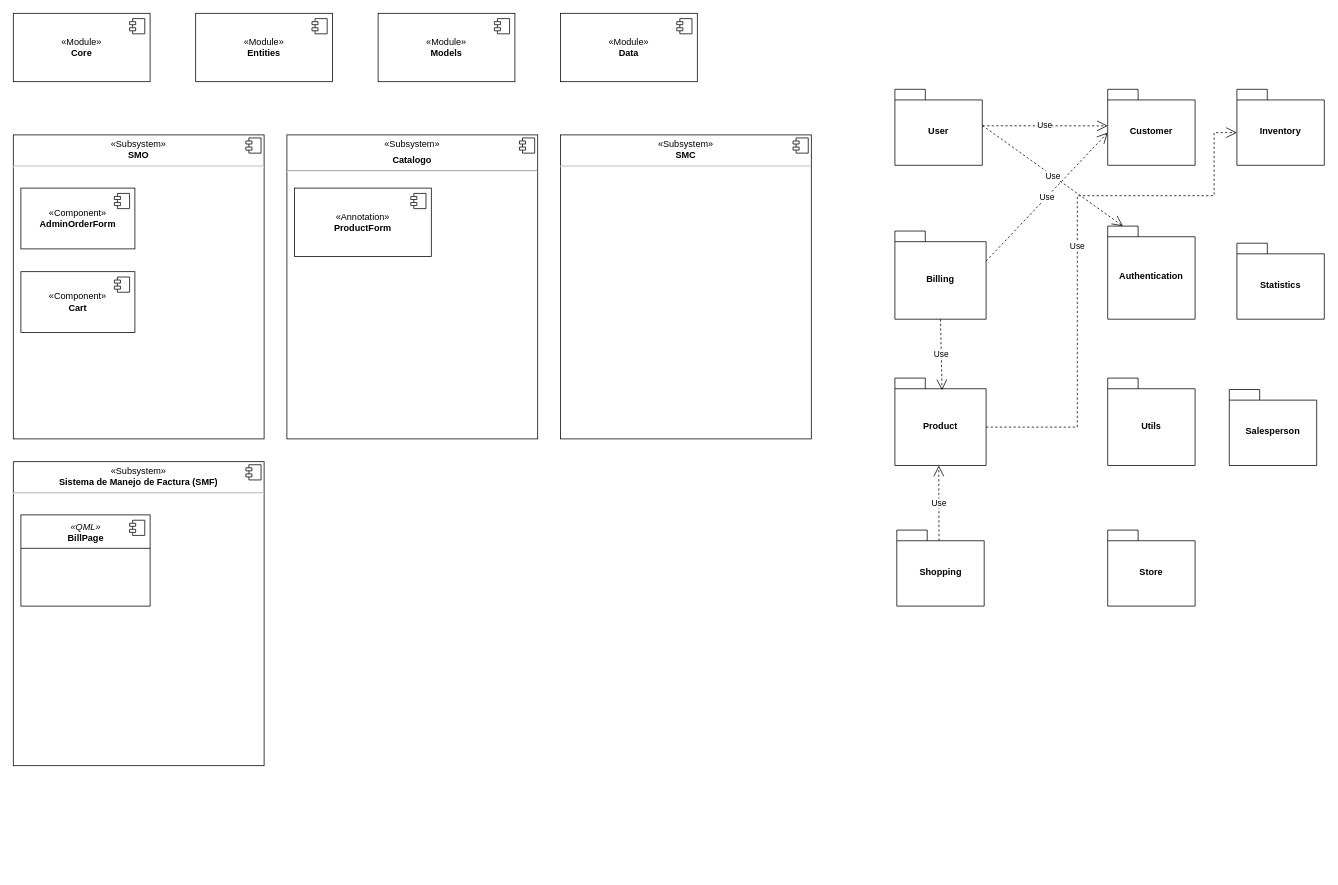
Earlier version of the draw.io diagram architecture.drawio (djose1164/cara). Source tidied: cells renumbered, new cells numbered last; positions are measured from the earlier drawing's top-left corner, leaving out a move shared by most shapes. Both pictures are drawn from the tidied source at 76%, with x=0, y=0 at pixel (13, 13).
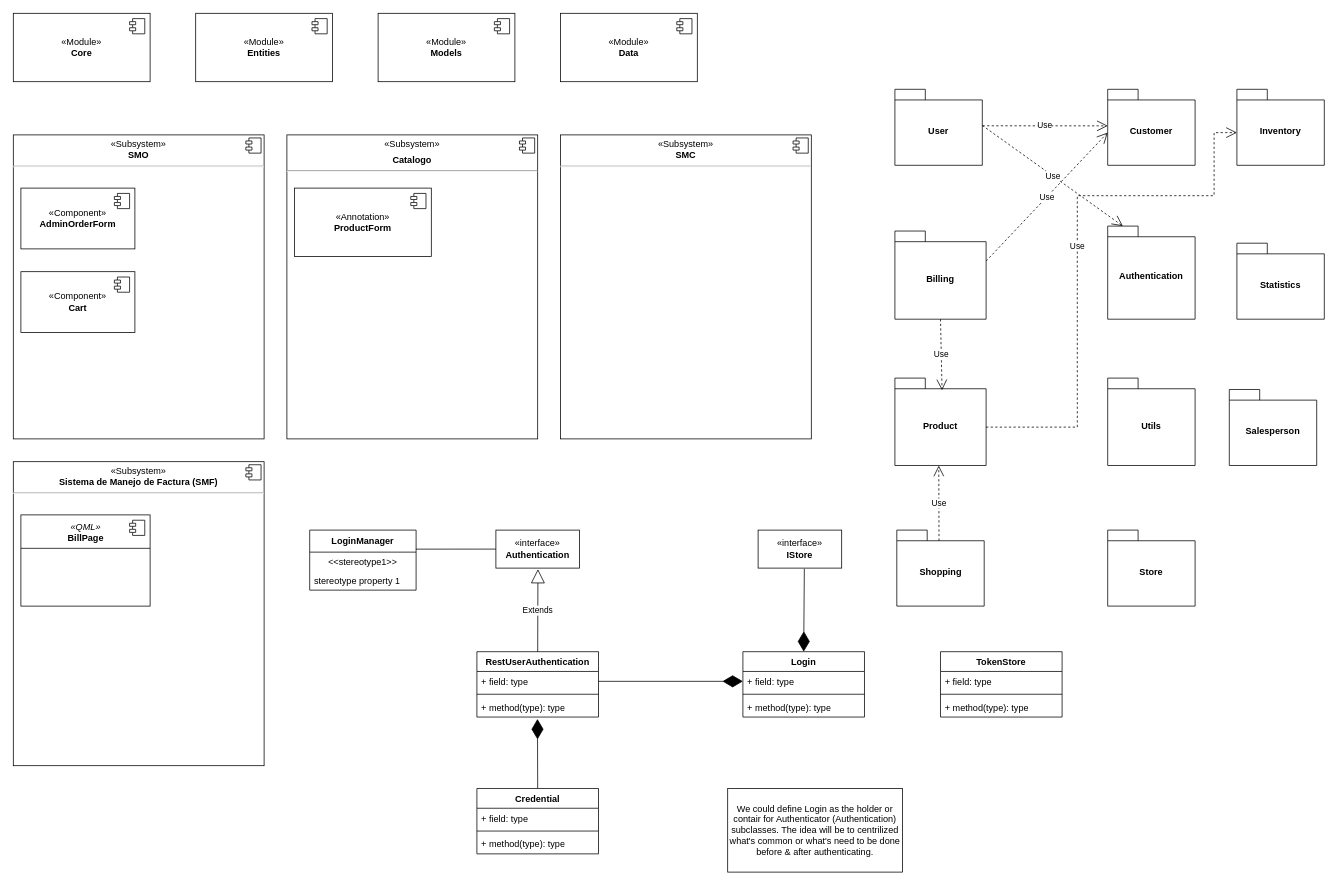
The same page after the edit.

Change to the diagram source:
```diff
@@
+    <mxCell id="46" style="endArrow=diamondThin;endFill=1;endSize=24;html=1;rounded=0;exitX=0.5;exitY=0;exitDx=0;exitDy=0;entryX=0.498;entryY=1.095;entryDx=0;entryDy=0;entryPerimeter=0;" parent="1" edge="1" source="67" target="53">
+      <mxGeometry relative="1" as="geometry" />
+    </mxCell>
@@
+    <mxCell id="47" value="LoginManager" style="swimlane;fontStyle=1;align=center;verticalAlign=middle;horizontal=1;startSize=29;html=1;whiteSpace=wrap;" parent="1" vertex="1">
+      <mxGeometry x="390" y="680" width="140" height="79" as="geometry" />
+    </mxCell>
+    <mxCell id="48" value="&amp;lt;&amp;lt;stereotype1&amp;gt;&amp;gt;" style="text;html=1;strokeColor=none;fillColor=none;align=center;verticalAlign=middle;spacingLeft=4;spacingRight=4;overflow=hidden;whiteSpace=wrap;" parent="47" vertex="1">
+      <mxGeometry y="29" width="140" height="25" as="geometry" />
+    </mxCell>
+    <mxCell id="49" value="stereotype property 1" style="text;html=1;strokeColor=none;fillColor=none;align=left;verticalAlign=middle;spacingLeft=4;spacingRight=4;overflow=hidden;whiteSpace=wrap;" parent="47" vertex="1">
+      <mxGeometry y="54" width="140" height="25" as="geometry" />
+    </mxCell>
+    <mxCell id="50" value="RestUserAuthentication" style="swimlane;fontStyle=1;align=center;verticalAlign=top;horizontal=1;startSize=26;whiteSpace=wrap;html=1;" parent="1" vertex="1">
+      <mxGeometry x="610" y="840" width="160" height="86" as="geometry" />
+    </mxCell>
+    <mxCell id="51" value="+ field: type" style="text;strokeColor=none;fillColor=none;align=left;verticalAlign=top;spacingLeft=4;spacingRight=4;overflow=hidden;points=[[0,0.5],[1,0.5]];portConstraint=eastwest;whiteSpace=wrap;html=1;" parent="50" vertex="1">
+      <mxGeometry y="26" width="160" height="26" as="geometry" />
+    </mxCell>
+    <mxCell id="52" style="line;strokeWidth=1;fillColor=none;align=left;verticalAlign=middle;spacingTop=-1;spacingLeft=3;spacingRight=3;labelPosition=right;strokeColor=inherit;" parent="50" vertex="1">
+      <mxGeometry y="52" width="160" height="8" as="geometry" />
+    </mxCell>
+    <mxCell id="53" value="+ method(type): type" style="text;strokeColor=none;fillColor=none;align=left;verticalAlign=top;spacingLeft=4;spacingRight=4;overflow=hidden;points=[[0,0.5],[1,0.5]];portConstraint=eastwest;whiteSpace=wrap;html=1;" parent="50" vertex="1">
+      <mxGeometry y="60" width="160" height="26" as="geometry" />
+    </mxCell>
+    <mxCell id="54" value="Login" style="swimlane;fontStyle=1;align=center;verticalAlign=top;horizontal=1;startSize=26;whiteSpace=wrap;html=1;" parent="1" vertex="1">
+      <mxGeometry x="960" y="840" width="160" height="86" as="geometry" />
+    </mxCell>
+    <mxCell id="55" value="+ field: type" style="text;strokeColor=none;fillColor=none;align=left;verticalAlign=top;spacingLeft=4;spacingRight=4;overflow=hidden;points=[[0,0.5],[1,0.5]];portConstraint=eastwest;whiteSpace=wrap;html=1;" parent="54" vertex="1">
+      <mxGeometry y="26" width="160" height="26" as="geometry" />
+    </mxCell>
+    <mxCell id="56" style="line;strokeWidth=1;fillColor=none;align=left;verticalAlign=middle;spacingTop=-1;spacingLeft=3;spacingRight=3;labelPosition=right;strokeColor=inherit;" parent="54" vertex="1">
+      <mxGeometry y="52" width="160" height="8" as="geometry" />
+    </mxCell>
+    <mxCell id="57" value="+ method(type): type" style="text;strokeColor=none;fillColor=none;align=left;verticalAlign=top;spacingLeft=4;spacingRight=4;overflow=hidden;whiteSpace=wrap;html=1;" parent="54" vertex="1">
+      <mxGeometry y="60" width="160" height="26" as="geometry" />
+    </mxCell>
+    <mxCell id="58" value="TokenStore" style="swimlane;fontStyle=1;align=center;verticalAlign=top;horizontal=1;startSize=26;whiteSpace=wrap;html=1;" parent="1" vertex="1">
+      <mxGeometry x="1220" y="840" width="160" height="86" as="geometry" />
+    </mxCell>
+    <mxCell id="59" value="+ field: type" style="text;strokeColor=none;fillColor=none;align=left;verticalAlign=top;spacingLeft=4;spacingRight=4;overflow=hidden;whiteSpace=wrap;html=1;" parent="58" vertex="1">
+      <mxGeometry y="26" width="160" height="26" as="geometry" />
+    </mxCell>
+    <mxCell id="60" style="line;strokeWidth=1;fillColor=none;align=left;verticalAlign=middle;spacingTop=-1;spacingLeft=3;spacingRight=3;labelPosition=right;strokeColor=inherit;" parent="58" vertex="1">
+      <mxGeometry y="52" width="160" height="8" as="geometry" />
+    </mxCell>
+    <mxCell id="61" value="+ method(type): type" style="text;strokeColor=none;fillColor=none;align=left;verticalAlign=top;spacingLeft=4;spacingRight=4;overflow=hidden;whiteSpace=wrap;html=1;" parent="58" vertex="1">
+      <mxGeometry y="60" width="160" height="26" as="geometry" />
+    </mxCell>
+    <mxCell id="62" style="endArrow=diamondThin;endFill=1;endSize=24;html=1;rounded=0;exitX=1;exitY=0.5;exitDx=0;exitDy=0;entryX=0;entryY=0.5;entryDx=0;entryDy=0;" parent="1" edge="1" source="51" target="55">
+      <mxGeometry relative="1" as="geometry" />
+    </mxCell>
+    <mxCell id="63" value="«interface»&lt;br&gt;&lt;b&gt;Authentication&lt;/b&gt;" style="html=1;whiteSpace=wrap;" parent="1" vertex="1">
+      <mxGeometry x="635" y="680" width="110" height="50" as="geometry" />
+    </mxCell>
+    <mxCell id="64" value="Extends" style="endArrow=block;endSize=16;endFill=0;html=1;rounded=0;entryX=0.503;entryY=1.028;entryDx=0;entryDy=0;entryPerimeter=0;exitX=0.5;exitY=0;exitDx=0;exitDy=0;" parent="1" edge="1" source="50" target="63">
+      <mxGeometry relative="1" as="geometry" />
+    </mxCell>
+    <mxCell id="65" value="«interface»&lt;br&gt;&lt;b&gt;IStore&lt;/b&gt;" style="html=1;whiteSpace=wrap;" parent="1" vertex="1">
+      <mxGeometry x="980" y="680" width="110" height="50" as="geometry" />
+    </mxCell>
+    <mxCell id="66" style="endArrow=diamondThin;endFill=1;endSize=24;html=1;rounded=0;exitX=0.553;exitY=1.018;exitDx=0;exitDy=0;entryX=0.5;entryY=0;entryDx=0;entryDy=0;exitPerimeter=0;" parent="1" edge="1" source="65" target="54">
+      <mxGeometry relative="1" as="geometry" />
+    </mxCell>
+    <mxCell id="67" value="Credential" style="swimlane;fontStyle=1;align=center;verticalAlign=top;horizontal=1;startSize=26;whiteSpace=wrap;html=1;" parent="1" vertex="1">
+      <mxGeometry x="610" y="1020" width="160" height="86" as="geometry" />
+    </mxCell>
+    <mxCell id="68" value="+ field: type" style="text;strokeColor=none;fillColor=none;align=left;verticalAlign=top;spacingLeft=4;spacingRight=4;overflow=hidden;whiteSpace=wrap;html=1;" parent="67" vertex="1">
+      <mxGeometry y="26" width="160" height="26" as="geometry" />
+    </mxCell>
+    <mxCell id="69" style="line;strokeWidth=1;fillColor=none;align=left;verticalAlign=middle;spacingTop=-1;spacingLeft=3;spacingRight=3;labelPosition=right;strokeColor=inherit;" parent="67" vertex="1">
+      <mxGeometry y="52" width="160" height="8" as="geometry" />
+    </mxCell>
+    <mxCell id="70" value="+ method(type): type" style="text;strokeColor=none;fillColor=none;align=left;verticalAlign=top;spacingLeft=4;spacingRight=4;overflow=hidden;whiteSpace=wrap;html=1;" parent="67" vertex="1">
+      <mxGeometry y="60" width="160" height="26" as="geometry" />
+    </mxCell>
+    <mxCell id="71" value="We could define Login as the holder or contair for Authenticator (Authentication) subclasses. The idea will be to centrilized what's common or what's need to be done before &amp;amp; after authenticating." style="rounded=0;whiteSpace=wrap;html=1;" parent="1" vertex="1">
+      <mxGeometry x="940" y="1020" width="230" height="110" as="geometry" />
+    </mxCell>
+    <mxCell id="72" style="endArrow=none;html=1;rounded=0;entryX=0;entryY=0.5;entryDx=0;entryDy=0;exitX=0.998;exitY=0.317;exitDx=0;exitDy=0;exitPerimeter=0;" parent="1" edge="1" source="47" target="63">
+      <mxGeometry relative="1" as="geometry" />
+    </mxCell>
```
